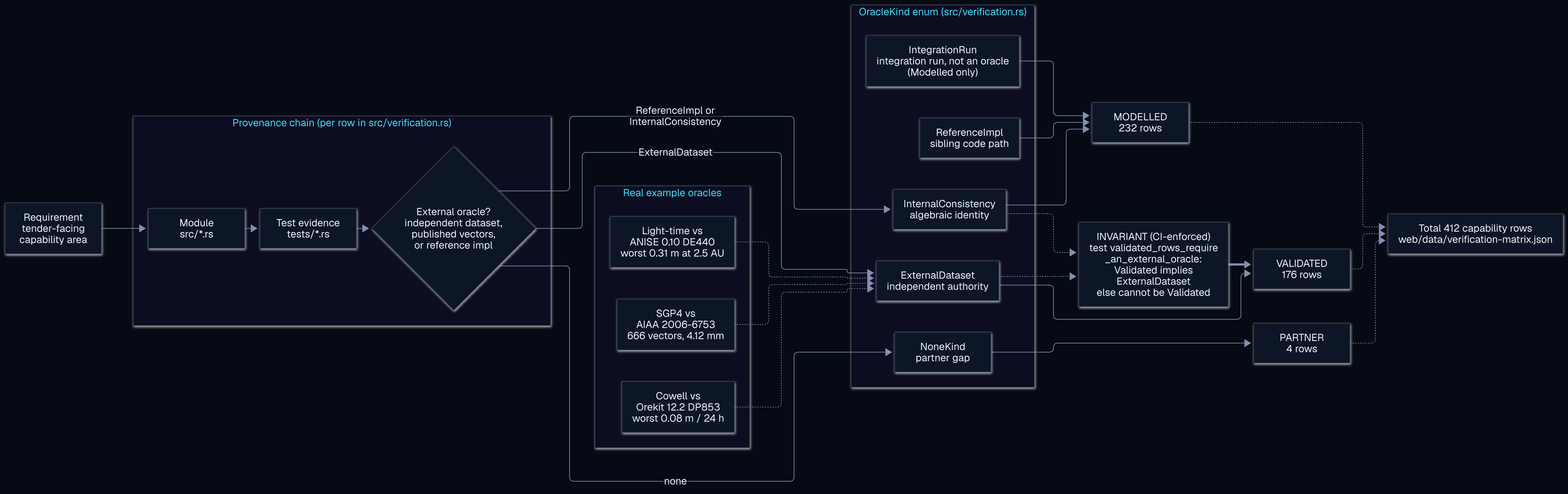
Above: docs/assets/diagrams/validation-provenance.png in ashfordeOU/kshana (Mermaid), before the change. Its source is kept beside it as docs/diagrams/validation-provenance.mmd.
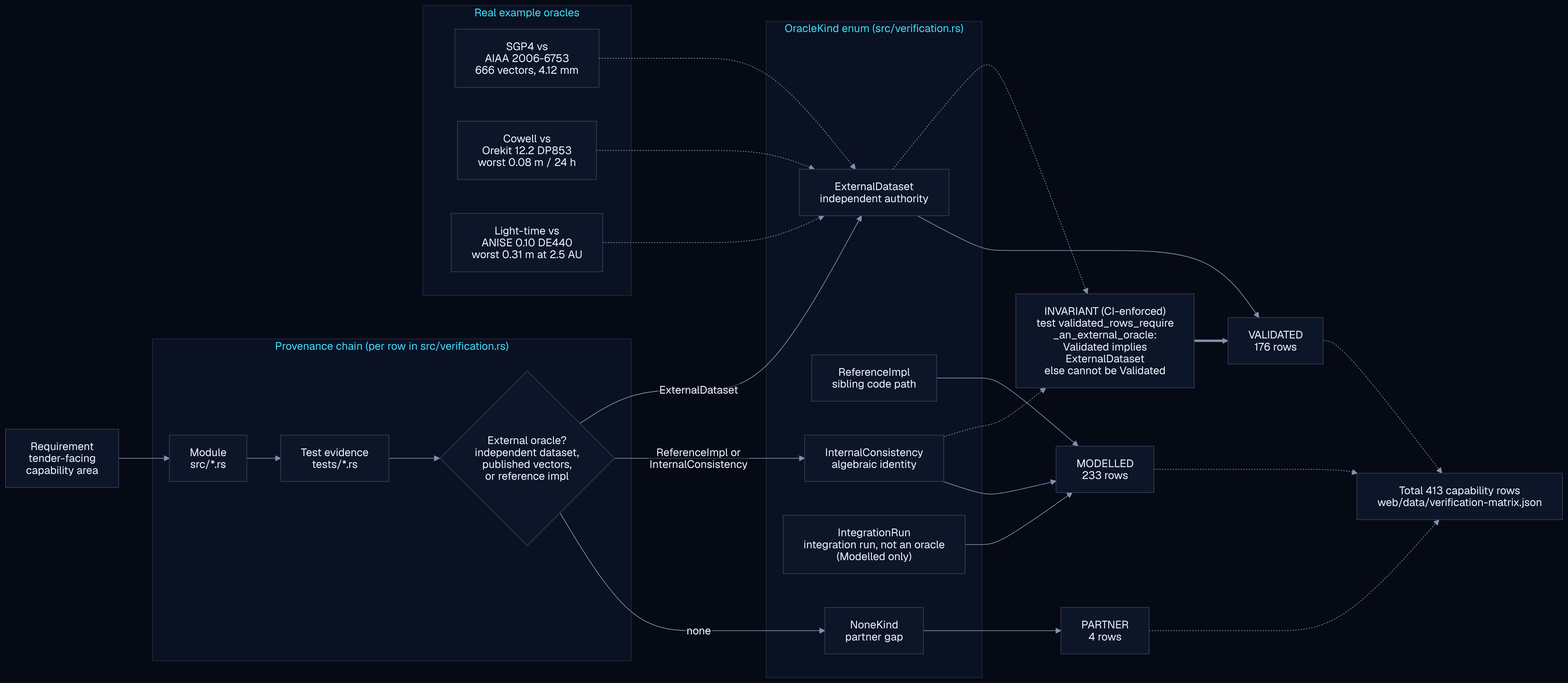
The same file after the commit.

What changed in the source:
```diff
@@ -28,7 +28,7 @@
     INT -.-> GUARD
 
     EXT --> VAL["VALIDATED<br/>176 rows"]
-    REF --> MDL["MODELLED<br/>232 rows"]
+    REF --> MDL["MODELLED<br/>233 rows"]
     INT --> MDL
     IRN --> MDL
     NON --> PRT["PARTNER<br/>4 rows"]
@@ -45,7 +45,7 @@
     E2 -.-> EXT
     E3 -.-> EXT
 
-    TOTAL["Total 412 capability rows<br/>web/data/verification-matrix.json"]
+    TOTAL["Total 413 capability rows<br/>web/data/verification-matrix.json"]
     VAL -.-> TOTAL
     MDL -.-> TOTAL
     PRT -.-> TOTAL
```
